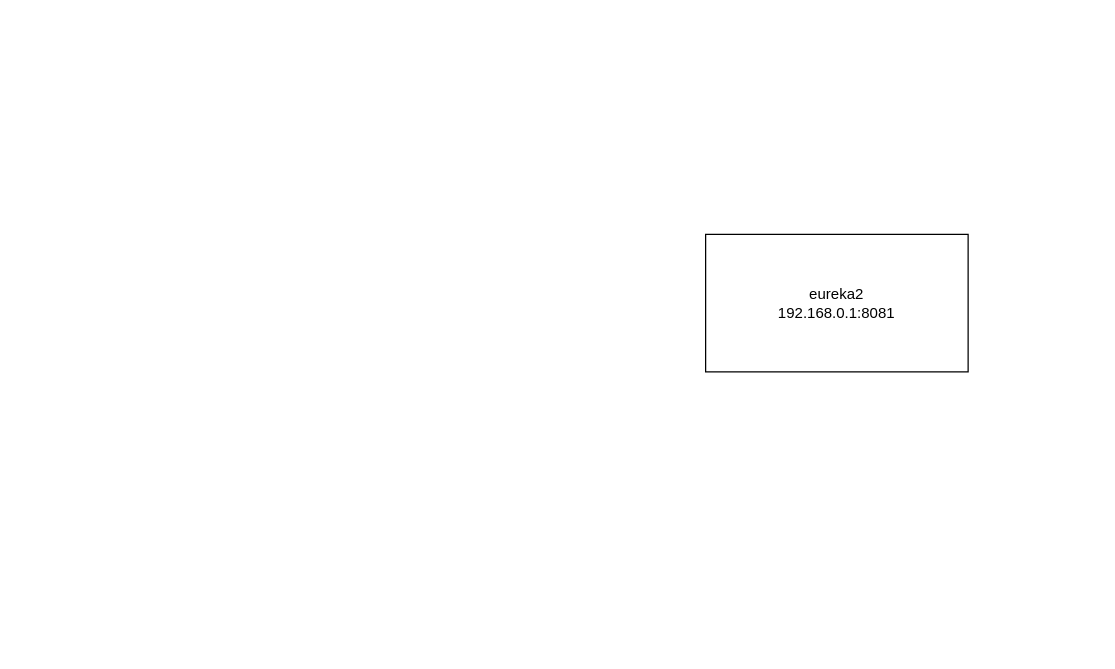
Before: eureka集群原理图.drawio in nudui/draw.io, a draw.io diagram. Source tidied: cells renumbered, new cells numbered last; positions are measured from the earlier drawing's top-left corner, leaving out a move shared by most shapes. Both pictures are drawn from the tidied source at 125%, with x=0, y=0 at pixel (705, 234).
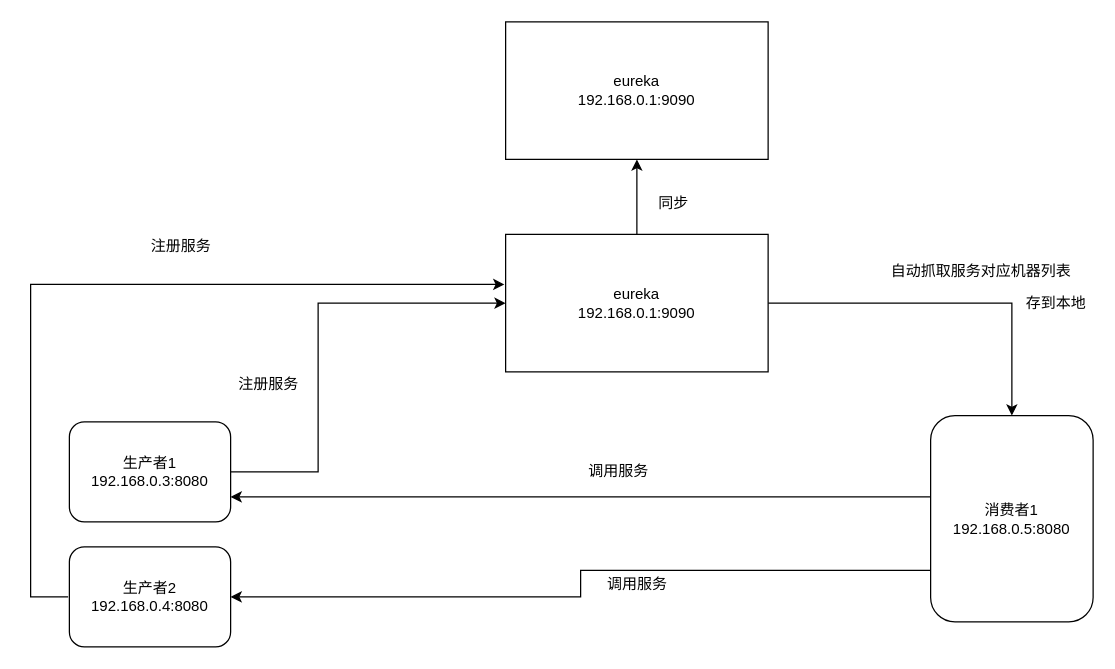
The same page after the edit.

Commit message (it also covers changes not shown here):
更新eureka集群原理图.drawio

What changed in the source:
```diff
@@
-    <mxCell id="2" value="eureka2&lt;br&gt;192.168.0.1:8081" style="rounded=0;whiteSpace=wrap;html=1;" parent="1" vertex="1">
-      <mxGeometry width="210" height="110" as="geometry" />
-    </mxCell>
+    <mxCell id="3" style="edgeStyle=orthogonalEdgeStyle;rounded=0;jettySize=auto;html=1;exitX=1;exitY=0.5;exitDx=0;exitDy=0;entryX=0.5;entryY=0;entryDx=0;entryDy=0;" parent="1" edge="1" source="5" target="14">
+      <mxGeometry relative="1" as="geometry" />
+    </mxCell>
+    <mxCell id="4" style="edgeStyle=orthogonalEdgeStyle;rounded=0;jettySize=auto;html=1;exitX=0.5;exitY=0;exitDx=0;exitDy=0;entryX=0.5;entryY=1;entryDx=0;entryDy=0;" parent="1" edge="1" source="5" target="19">
+      <mxGeometry relative="1" as="geometry" />
+    </mxCell>
+    <mxCell id="5" value="eureka&lt;br&gt;192.168.0.1:9090" style="rounded=0;whiteSpace=wrap;html=1;" parent="1" vertex="1">
+      <mxGeometry x="-160" width="210" height="110" as="geometry" />
+    </mxCell>
+    <mxCell id="6" style="edgeStyle=orthogonalEdgeStyle;rounded=0;jettySize=auto;html=1;entryX=0;entryY=0.5;entryDx=0;entryDy=0;" parent="1" edge="1" source="7" target="5">
+      <mxGeometry relative="1" as="geometry">
+        <Array as="points">
+          <mxPoint x="-310" y="190" />
+          <mxPoint x="-310" y="55" />
+        </Array>
+      </mxGeometry>
+    </mxCell>
+    <mxCell id="7" value="生产者1&lt;br&gt;192.168.0.3:8080&lt;br&gt;" style="rounded=1;whiteSpace=wrap;html=1;" parent="1" vertex="1">
+      <mxGeometry x="-509" y="150" width="129" height="80" as="geometry" />
+    </mxCell>
+    <mxCell id="8" value="注册服务" style="text;html=1;align=center;verticalAlign=middle;" parent="1" vertex="1">
+      <mxGeometry x="-450" width="60" height="20" as="geometry" />
+    </mxCell>
+    <mxCell id="9" style="edgeStyle=orthogonalEdgeStyle;rounded=0;orthogonalLoop=1;jettySize=auto;html=1;" parent="1" edge="1">
+      <mxGeometry relative="1" as="geometry">
+        <mxPoint x="-510" y="290" as="sourcePoint" />
+        <mxPoint x="-161" y="40" as="targetPoint" />
+        <Array as="points">
+          <mxPoint x="-540" y="290" />
+          <mxPoint x="-540" y="40" />
+          <mxPoint x="-161" y="40" />
+        </Array>
+      </mxGeometry>
+    </mxCell>
+    <mxCell id="10" value="生产者2&lt;br&gt;192.168.0.4:8080" style="rounded=1;whiteSpace=wrap;html=1;" parent="1" vertex="1">
+      <mxGeometry x="-509" y="250" width="129" height="80" as="geometry" />
+    </mxCell>
+    <mxCell id="11" value="注册服务" style="text;html=1;align=center;verticalAlign=middle;" parent="1" vertex="1">
+      <mxGeometry x="-380" y="110" width="60" height="20" as="geometry" />
+    </mxCell>
+    <mxCell id="12" style="edgeStyle=orthogonalEdgeStyle;rounded=0;jettySize=auto;html=1;entryX=1;entryY=0.75;entryDx=0;entryDy=0;exitX=0.008;exitY=0.394;exitDx=0;exitDy=0;exitPerimeter=0;" parent="1" edge="1" source="14" target="7">
+      <mxGeometry relative="1" as="geometry" />
+    </mxCell>
+    <mxCell id="13" style="edgeStyle=orthogonalEdgeStyle;rounded=0;jettySize=auto;html=1;exitX=0;exitY=0.75;exitDx=0;exitDy=0;entryX=1;entryY=0.5;entryDx=0;entryDy=0;" parent="1" edge="1" source="14" target="10">
+      <mxGeometry relative="1" as="geometry" />
+    </mxCell>
+    <mxCell id="14" value="消费者1&lt;br&gt;192.168.0.5:8080" style="rounded=1;whiteSpace=wrap;html=1;" parent="1" vertex="1">
+      <mxGeometry x="180" y="145" width="130" height="165" as="geometry" />
+    </mxCell>
+    <mxCell id="15" value="自动抓取服务对应机器列表" style="text;html=1;align=center;verticalAlign=middle;" parent="1" vertex="1">
+      <mxGeometry x="140" y="20" width="160" height="20" as="geometry" />
+    </mxCell>
+    <mxCell id="16" value="调用服务" style="text;html=1;align=center;verticalAlign=middle;" parent="1" vertex="1">
+      <mxGeometry x="-100" y="180" width="60" height="20" as="geometry" />
+    </mxCell>
+    <mxCell id="17" value="存到本地" style="text;html=1;align=center;verticalAlign=middle;" parent="1" vertex="1">
+      <mxGeometry x="250" y="45" width="60" height="20" as="geometry" />
+    </mxCell>
+    <mxCell id="18" value="调用服务" style="text;html=1;align=center;verticalAlign=middle;" parent="1" vertex="1">
+      <mxGeometry x="-85" y="270" width="60" height="20" as="geometry" />
+    </mxCell>
+    <mxCell id="19" value="eureka&lt;br&gt;192.168.0.1:9090" style="rounded=0;whiteSpace=wrap;html=1;" parent="1" vertex="1">
+      <mxGeometry x="-160" y="-170" width="210" height="110" as="geometry" />
+    </mxCell>
+    <mxCell id="20" value="同步" style="text;html=1;align=center;verticalAlign=middle;" parent="1" vertex="1">
+      <mxGeometry x="-46" y="-35" width="40" height="20" as="geometry" />
+    </mxCell>
```
